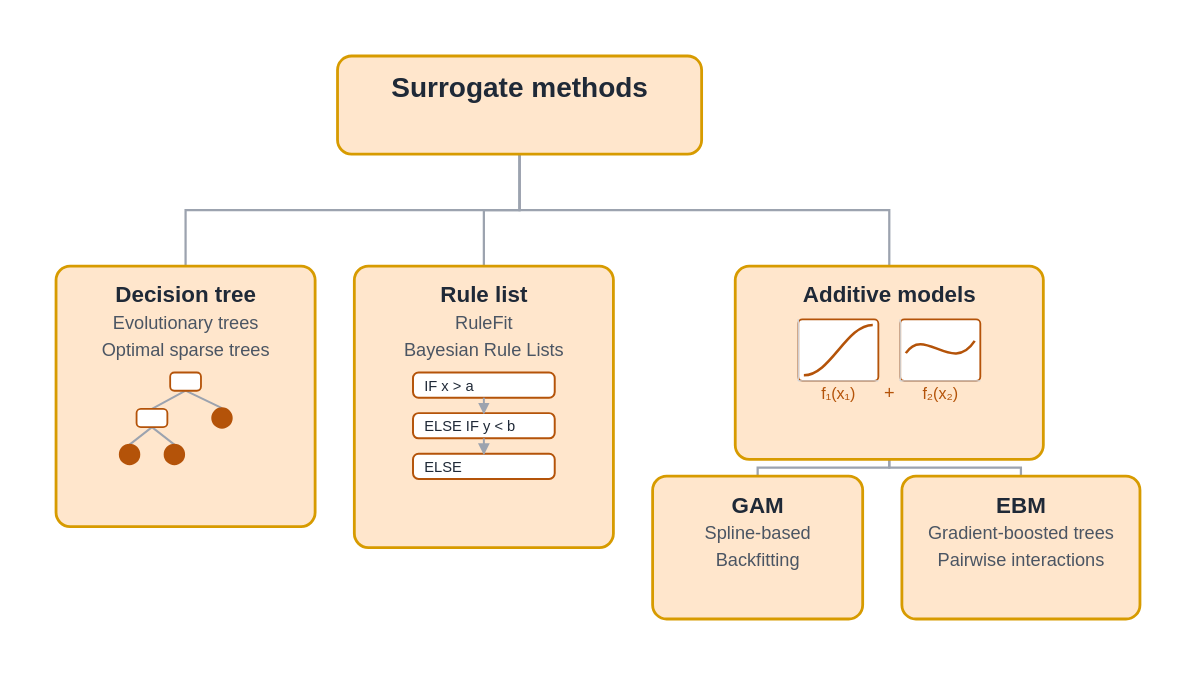
Above: posts/explaining-black-box-predictions/diagrams/taxonomy_surrogates.drawio.svg in DMLF1/blog (draw.io), before the change. Source tidied: cells renumbered, new cells last; positions are measured from the earlier drawing's top-left corner, leaving out a move shared by most shapes.
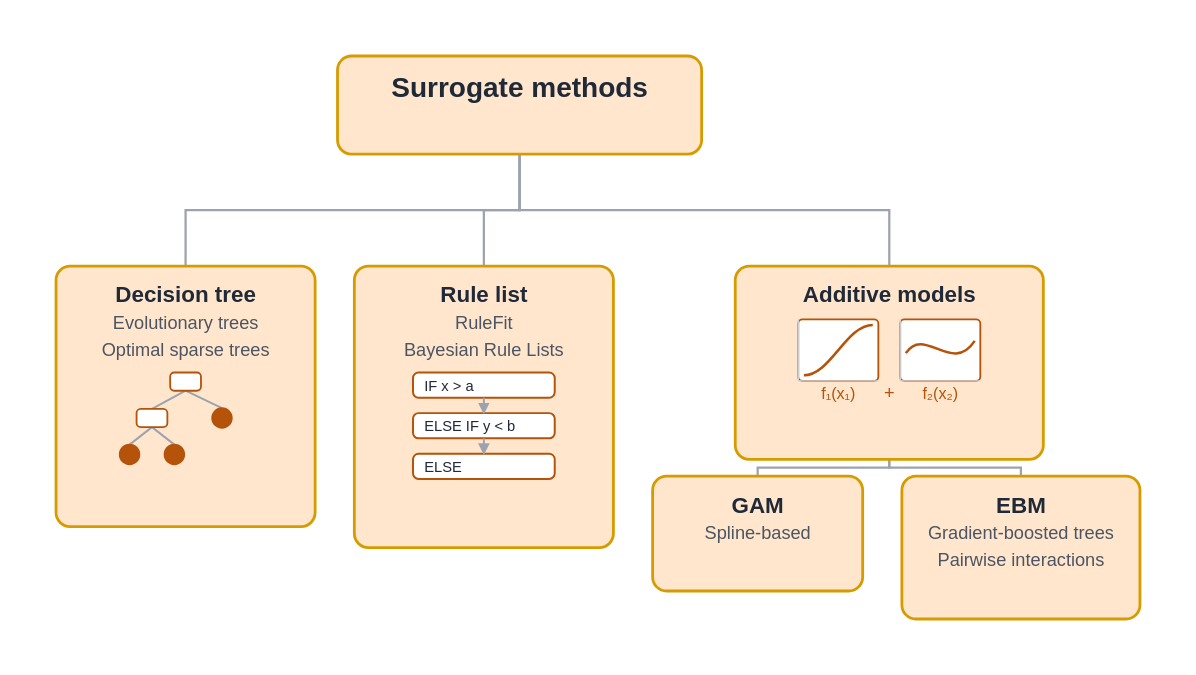
After the change.

Commit message:
Drop 'Backfitting' from the GAM box -- implementation detail

What changed in the source:
```diff
@@ -109,8 +109,8 @@
     <mxCell id="26" value="+" style="text;html=1;align=center;verticalAlign=middle;fontSize=13;fontColor=#B45309;" parent="1" vertex="1">
       <mxGeometry x="588" y="234" width="14" height="16" as="geometry" />
     </mxCell>
-    <mxCell id="27" value="&lt;span style=&quot;font-size:16px;color:#1F2937;font-weight:bold;&quot;&gt;GAM&lt;/span&gt;&lt;br&gt;&lt;span style=&quot;font-size:13px;color:#4B5563;&quot;&gt;Spline-based&lt;/span&gt;&lt;br&gt;&lt;span style=&quot;font-size:13px;color:#4B5563;&quot;&gt;Backfitting&lt;/span&gt;" style="rounded=1;whiteSpace=wrap;html=1;fillColor=#FFE6CC;strokeColor=#D79B00;strokeWidth=2;" parent="1" vertex="1">
-      <mxGeometry x="426" y="300" width="150" height="102" as="geometry" />
+    <mxCell id="27" value="&lt;span style=&quot;font-size:16px;color:#1F2937;font-weight:bold;&quot;&gt;GAM&lt;/span&gt;&lt;br&gt;&lt;span style=&quot;font-size:13px;color:#4B5563;&quot;&gt;Spline-based&lt;/span&gt;" style="rounded=1;whiteSpace=wrap;html=1;fillColor=#FFE6CC;strokeColor=#D79B00;strokeWidth=2;" parent="1" vertex="1">
+      <mxGeometry x="426" y="300" width="150" height="82" as="geometry" />
     </mxCell>
     <mxCell id="28" value="&lt;span style=&quot;font-size:16px;color:#1F2937;font-weight:bold;&quot;&gt;EBM&lt;/span&gt;&lt;br&gt;&lt;span style=&quot;font-size:13px;color:#4B5563;&quot;&gt;Gradient-boosted trees&lt;/span&gt;&lt;br&gt;&lt;span style=&quot;font-size:13px;color:#4B5563;&quot;&gt;Pairwise interactions&lt;/span&gt;" style="rounded=1;whiteSpace=wrap;html=1;fillColor=#FFE6CC;strokeColor=#D79B00;strokeWidth=2;" parent="1" vertex="1">
       <mxGeometry x="604" y="300" width="170" height="102" as="geometry" />
```
